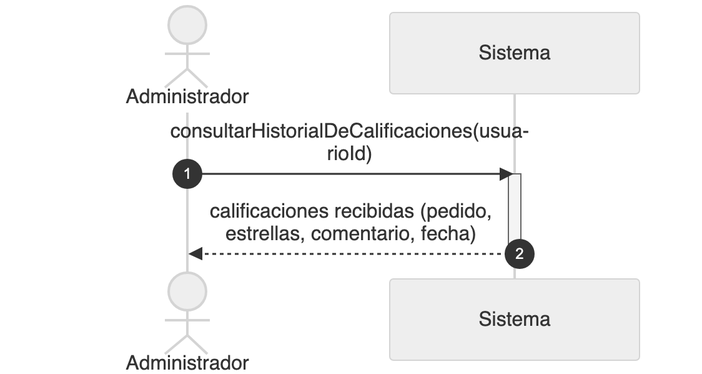
This is diagramas/png/DSS_CU-066_Consultar-Historial-De-Calificaciones-Recibidas.png from Nahuelito-Dev/splg-docs, a Mermaid export, as it was before one commit. Its source is kept beside it as diagramas/DSS_CU-066_Consultar-Historial-De-Calificaciones-Recibidas.mmd.
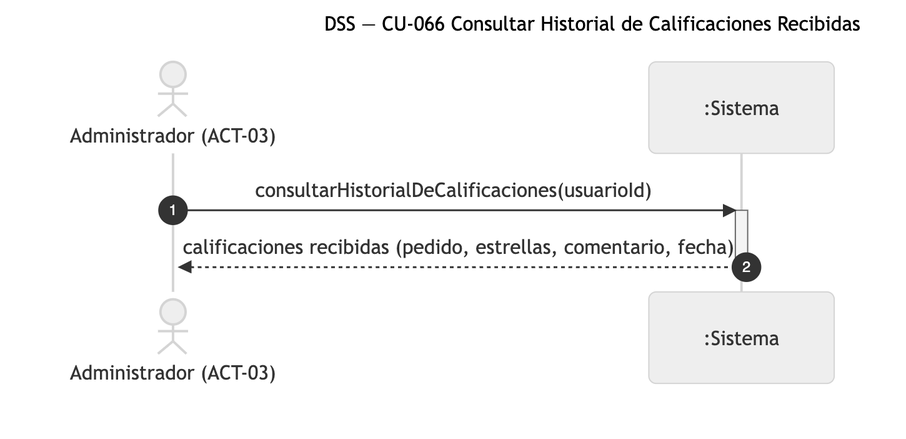
Later version of the same file.

Diff of the diagram source:
```diff
@@ -1,8 +1,8 @@
 sequenceDiagram
-    title DSS — CU-066 Consultar Historial De Calificaciones Recibidas
+    title DSS — CU-066 Consultar Historial de Calificaciones Recibidas
     autonumber
-    actor ADM as Administrador
-    participant SIS as Sistema
+    actor ADM as Administrador (ACT-03)
+    participant SIS as :Sistema
 
     ADM->>SIS: consultarHistorialDeCalificaciones(usuarioId)
     activate SIS
```
